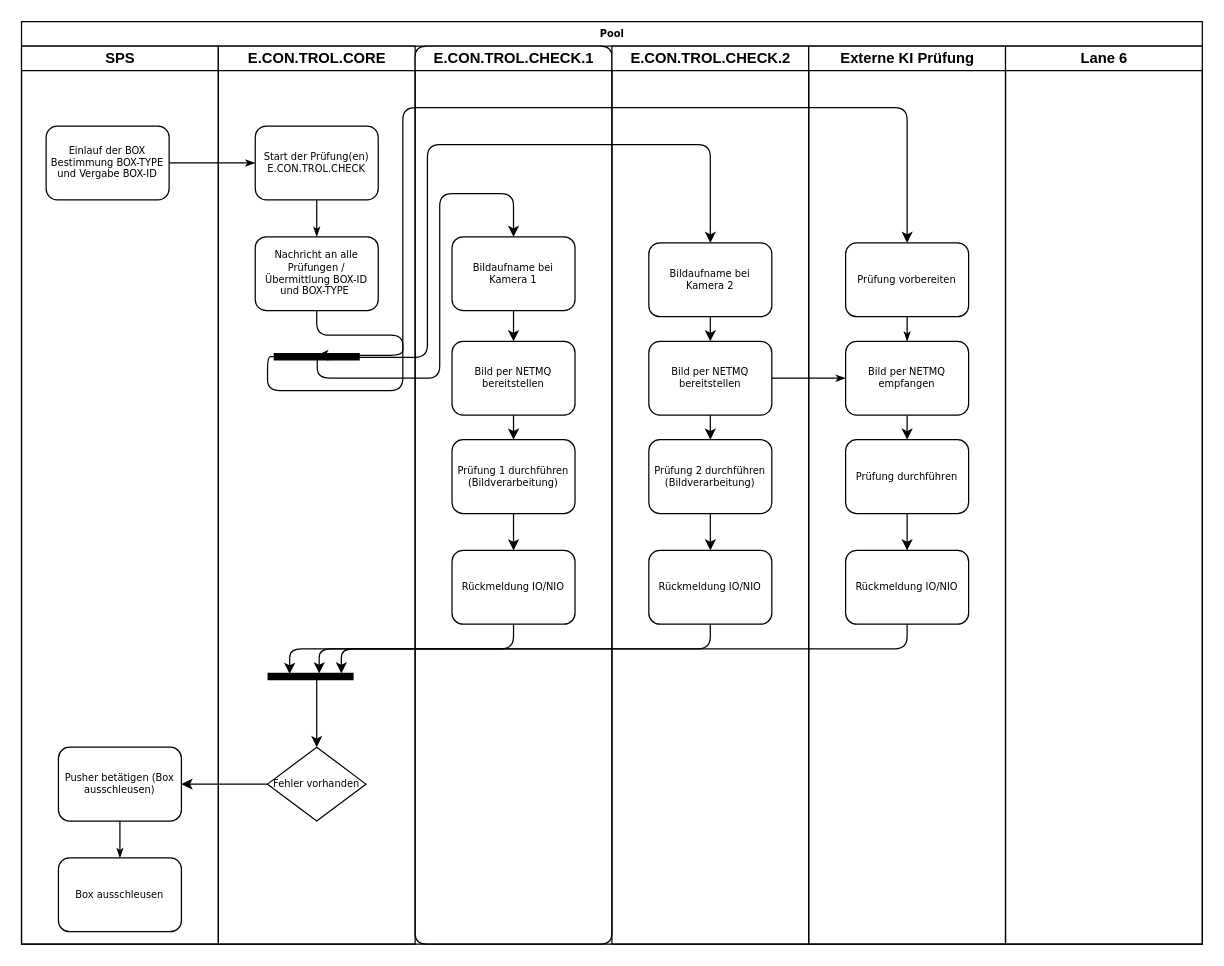
Before: BoxInspectionCycle.drawio in add42/e.con.trol.image.client.demo, a draw.io diagram. Source tidied: cells renumbered, new cells numbered last; positions are measured from the earlier drawing's top-left corner, leaving out a move shared by most shapes. Both pictures are drawn from the tidied source at 123%, with x=0, y=0 at pixel (21, 21).
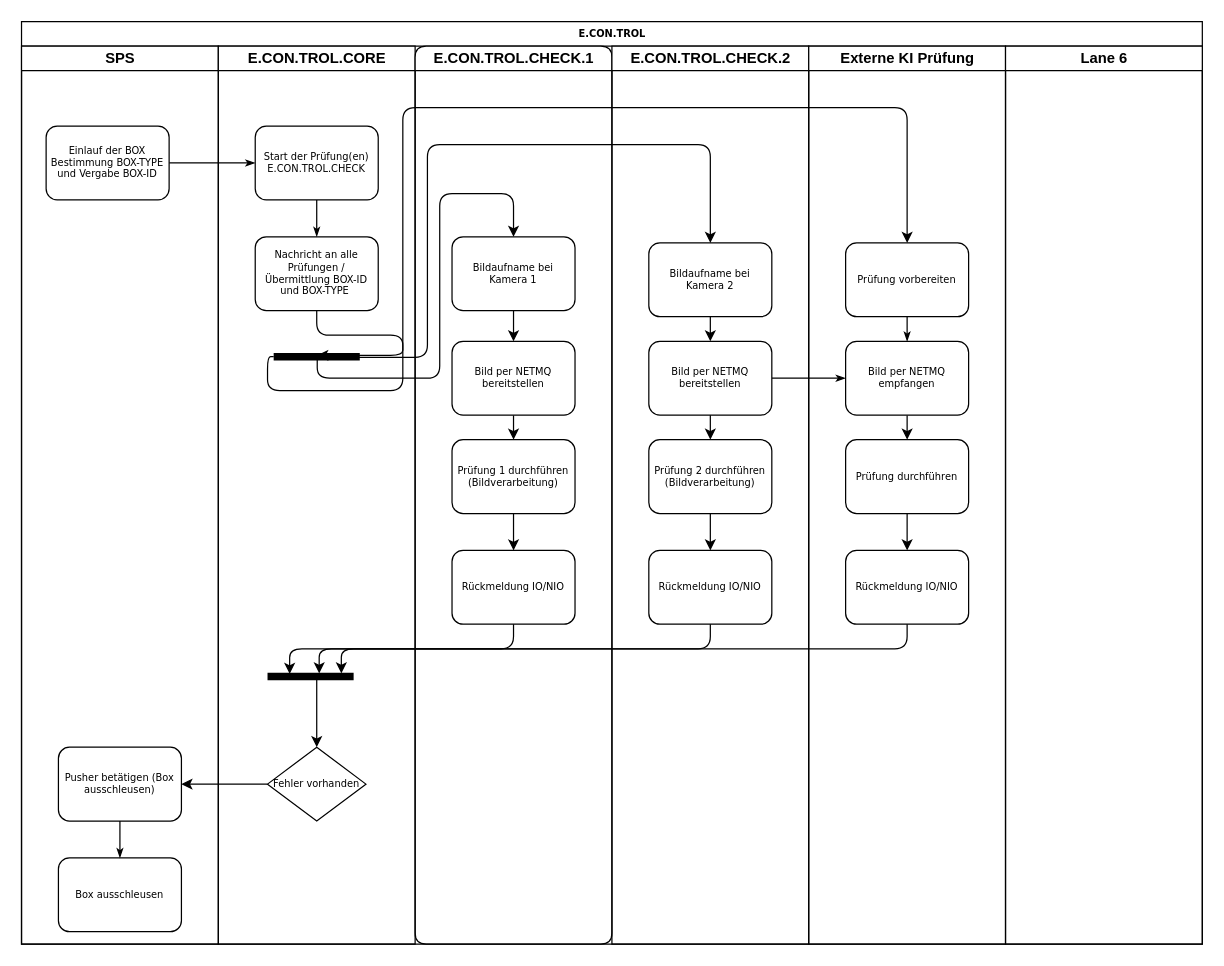
After the change.

What changed in the source:
```diff
@@
-    <mxCell id="2" value="Pool" style="swimlane;html=1;startSize=20;rounded=0;shadow=0;labelBackgroundColor=none;strokeColor=#000000;strokeWidth=1;fillColor=#ffffff;fontFamily=Verdana;fontSize=8;fontColor=#000000;align=center;" parent="1" vertex="1">
+    <mxCell id="2" value="E.CON.TROL" style="swimlane;html=1;startSize=20;rounded=0;shadow=0;labelBackgroundColor=none;strokeColor=#000000;strokeWidth=1;fillColor=#ffffff;fontFamily=Verdana;fontSize=8;fontColor=#000000;align=center;" parent="1" vertex="1">
       <mxGeometry width="960" height="750" as="geometry" />
     </mxCell>
```
